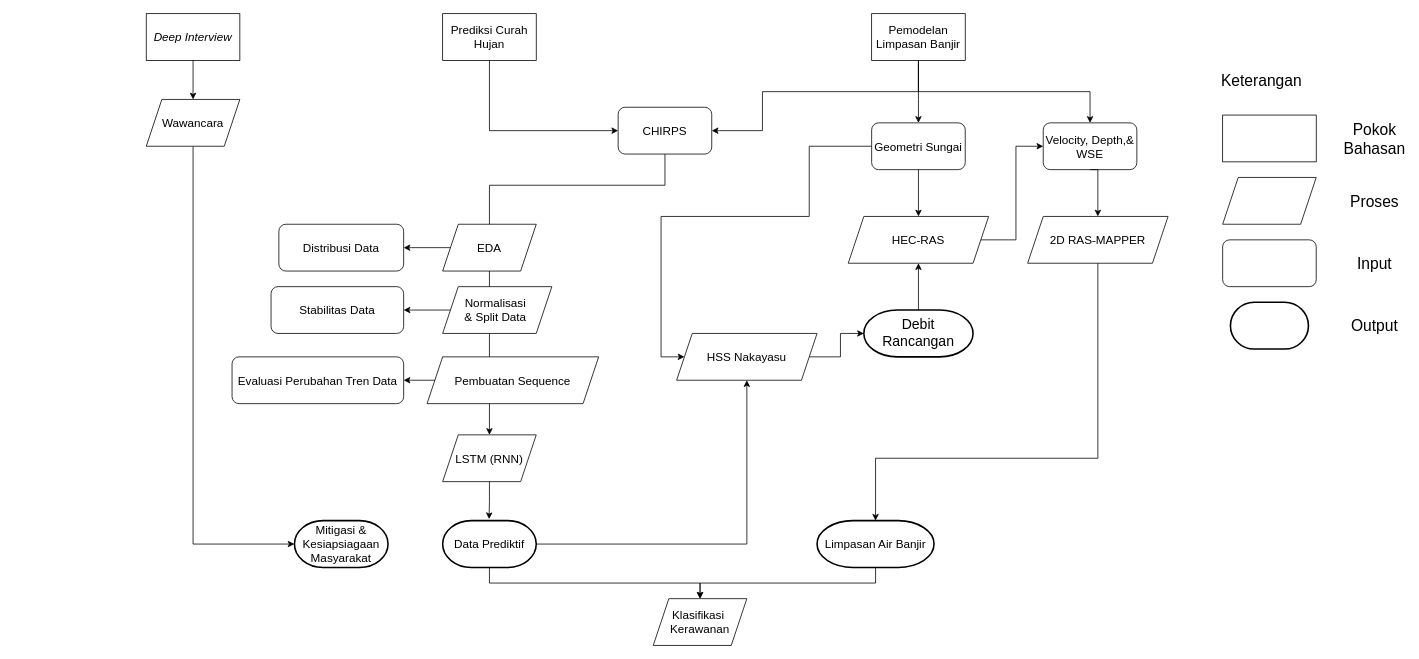
Earlier version of the draw.io diagram Cara Kerja Penelitian.drawio (famowoiii/envimos_sensot). Source tidied: cells renumbered, new cells numbered last; positions are measured from the earlier drawing's top-left corner, leaving out a move shared by most shapes. Both pictures are drawn from the tidied source at 78%, with x=0, y=0 at pixel (146, 13).
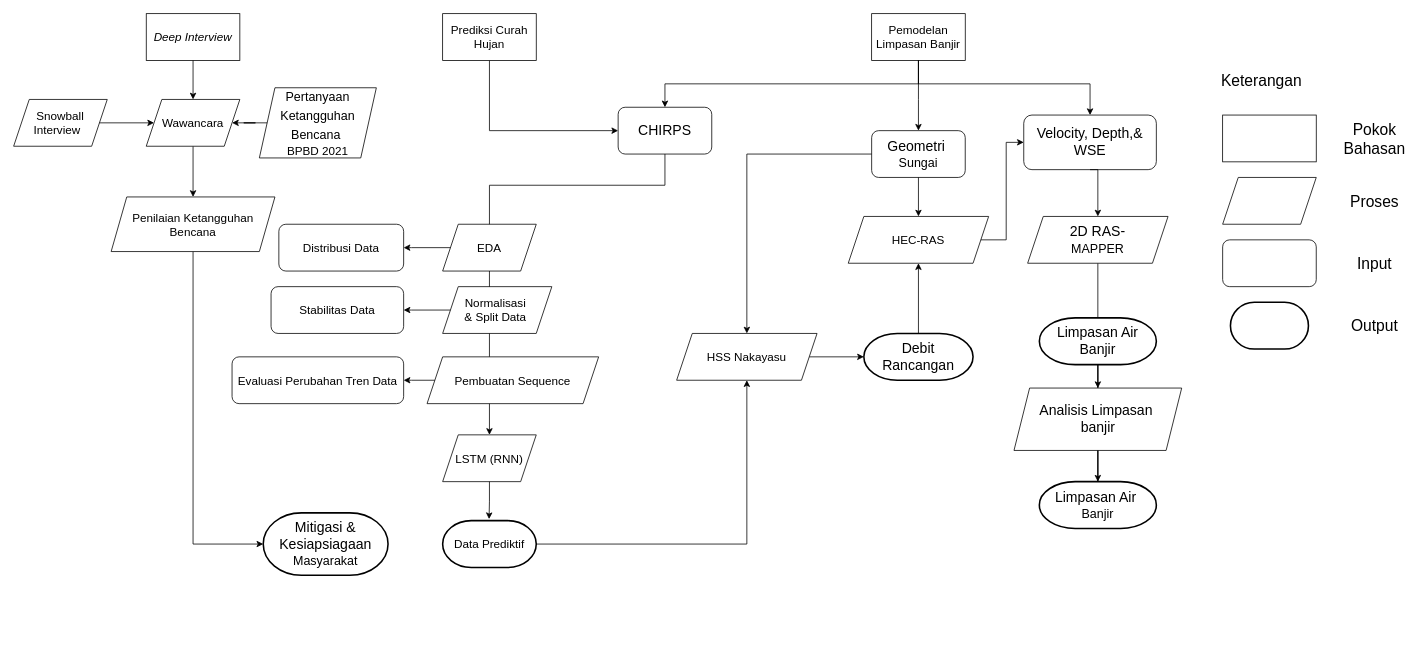
The same page after the edit.

Unchanged cells that the change refers to:
```xml
<mxCell id="11" value="Pemodelan Limpasan Banjir" style="rounded=0;whiteSpace=wrap;html=1;fontSize=15;" parent="1" vertex="1">
  <mxGeometry x="930" width="120" height="60" as="geometry" />
</mxCell>
<mxCell id="32" value="Wawancara" style="shape=parallelogram;perimeter=parallelogramPerimeter;whiteSpace=wrap;html=1;fixedSize=1;fontSize=15;" parent="1" vertex="1">
  <mxGeometry y="110" width="120" height="60" as="geometry" />
</mxCell>
<mxCell id="33" value="Data Prediktif" style="strokeWidth=2;html=1;shape=mxgraph.flowchart.terminator;whiteSpace=wrap;fontSize=15;" parent="1" vertex="1">
  <mxGeometry x="380" y="650" width="120" height="60" as="geometry" />
</mxCell>
<mxCell id="50" value="HSS Nakayasu" style="shape=parallelogram;perimeter=parallelogramPerimeter;whiteSpace=wrap;html=1;fixedSize=1;fontSize=15;" parent="1" vertex="1">
  <mxGeometry x="680" y="410" width="180" height="60" as="geometry" />
</mxCell>
```

What changed in the source:
```diff
@@
-    <mxCell id="4" value="CHIRPS" style="rounded=1;whiteSpace=wrap;html=1;fontSize=15;" parent="1" vertex="1">
+    <mxCell id="4" value="&lt;font style=&quot;font-size: 18px;&quot;&gt;CHIRPS&lt;/font&gt;" style="rounded=1;whiteSpace=wrap;html=1;fontSize=15;" parent="1" vertex="1">
       <mxGeometry x="605" y="120" width="120" height="60" as="geometry" />
     </mxCell>
@@
-    <mxCell id="7" value="Geometri Sungai" style="rounded=1;whiteSpace=wrap;html=1;fontSize=15;" parent="1" vertex="1">
-      <mxGeometry x="930" y="140" width="120" height="60" as="geometry" />
+    <mxCell id="7" value="&lt;font style=&quot;font-size: 18px;&quot;&gt;Geometri&amp;nbsp;&lt;/font&gt;&lt;div&gt;&lt;font size=&quot;3&quot;&gt;Sungai&lt;/font&gt;&lt;/div&gt;" style="rounded=1;whiteSpace=wrap;html=1;fontSize=15;" parent="1" vertex="1">
+      <mxGeometry x="930" y="150" width="120" height="60" as="geometry" />
     </mxCell>
-    <mxCell id="8" value="Velocity, Depth,&amp;amp; WSE" style="rounded=1;whiteSpace=wrap;html=1;fontSize=15;" parent="1" vertex="1">
-      <mxGeometry x="1150" y="140" width="120" height="60" as="geometry" />
+    <mxCell id="8" value="&lt;font style=&quot;font-size: 18px;&quot;&gt;Velocity, Depth,&amp;amp; WSE&lt;/font&gt;" style="rounded=1;whiteSpace=wrap;html=1;fontSize=15;" parent="1" vertex="1">
+      <mxGeometry x="1125" y="130" width="170" height="70" as="geometry" />
     </mxCell>
@@
-    <mxCell id="10" value="Mitigasi &amp;amp; Kesiapsiagaan&lt;div&gt;Masyarakat&lt;/div&gt;" style="strokeWidth=2;html=1;shape=mxgraph.flowchart.terminator;whiteSpace=wrap;fontSize=15;" parent="1" vertex="1">
-      <mxGeometry x="190" y="650" width="120" height="60" as="geometry" />
+    <mxCell id="10" value="&lt;font style=&quot;font-size: 18px;&quot;&gt;Mitigasi &amp;amp; Kesiapsiagaan&lt;/font&gt;&lt;div&gt;&lt;font size=&quot;3&quot;&gt;Masyarakat&lt;/font&gt;&lt;/div&gt;" style="strokeWidth=2;html=1;shape=mxgraph.flowchart.terminator;whiteSpace=wrap;fontSize=15;" parent="1" vertex="1">
+      <mxGeometry x="150" y="640" width="160" height="80" as="geometry" />
     </mxCell>
@@
     <mxCell id="20" style="edgeStyle=orthogonalEdgeStyle;rounded=0;jettySize=auto;html=1;entryX=0.5;entryY=0;entryDx=0;entryDy=0;exitX=0.5;exitY=1;exitDx=0;exitDy=0;fontSize=15;" parent="1" edge="1" source="11" target="8">
       <mxGeometry relative="1" as="geometry">
         <Array as="points">
-          <mxPoint x="990" y="100" />
-          <mxPoint x="1210" y="100" />
+          <mxPoint x="990" y="90" />
+          <mxPoint x="1210" y="90" />
         </Array>
       </mxGeometry>
     </mxCell>
@@
-    <mxCell id="22" style="edgeStyle=orthogonalEdgeStyle;rounded=0;jettySize=auto;html=1;entryX=1;entryY=0.5;entryDx=0;entryDy=0;exitX=0.5;exitY=1;exitDx=0;exitDy=0;fontSize=15;" parent="1" edge="1" source="11" target="4">
+    <mxCell id="22" style="edgeStyle=orthogonalEdgeStyle;rounded=0;jettySize=auto;html=1;entryX=0.5;entryY=0;entryDx=0;entryDy=0;exitX=0.5;exitY=1;exitDx=0;exitDy=0;fontSize=15;" parent="1" edge="1" source="11" target="4">
       <mxGeometry relative="1" as="geometry">
         <Array as="points">
-          <mxPoint x="990" y="100" />
-          <mxPoint x="790" y="100" />
-          <mxPoint x="790" y="150" />
-          <mxPoint x="735" y="150" />
+          <mxPoint x="990" y="90" />
+          <mxPoint x="665" y="90" />
         </Array>
       </mxGeometry>
     </mxCell>
@@
     <mxCell id="26" style="edgeStyle=orthogonalEdgeStyle;rounded=0;jettySize=auto;html=1;exitX=0.5;exitY=1;exitDx=0;exitDy=0;fontSize=15;entryX=0.5;entryY=0;entryDx=0;entryDy=0;entryPerimeter=0;" parent="1" edge="1" source="27" target="36">
       <mxGeometry relative="1" as="geometry">
         <Array as="points">
-          <mxPoint x="1220" y="570" />
-          <mxPoint x="935" y="570" />
+          <mxPoint x="1220" y="610" />
+          <mxPoint x="1220" y="610" />
         </Array>
       </mxGeometry>
     </mxCell>
-    <mxCell id="27" value="2D RAS-MAPPER" style="shape=parallelogram;perimeter=parallelogramPerimeter;whiteSpace=wrap;html=1;fixedSize=1;fontSize=15;" parent="1" vertex="1">
+    <mxCell id="27" value="&lt;font style=&quot;font-size: 18px;&quot;&gt;2D RAS-&lt;/font&gt;&lt;div&gt;&lt;font size=&quot;3&quot;&gt;MAPPER&lt;/font&gt;&lt;/div&gt;" style="shape=parallelogram;perimeter=parallelogramPerimeter;whiteSpace=wrap;html=1;fixedSize=1;fontSize=15;" parent="1" vertex="1">
       <mxGeometry x="1130" y="260" width="180" height="60" as="geometry" />
     </mxCell>
@@
-    <mxCell id="30" style="edgeStyle=orthogonalEdgeStyle;rounded=0;jettySize=auto;html=1;entryX=0;entryY=0.5;entryDx=0;entryDy=0;exitX=0.5;exitY=1;exitDx=0;exitDy=0;entryPerimeter=0;fontSize=15;" parent="1" edge="1" source="32" target="10">
+    <mxCell id="30" style="edgeStyle=orthogonalEdgeStyle;rounded=0;jettySize=auto;html=1;entryX=0;entryY=0.5;entryDx=0;entryDy=0;entryPerimeter=0;fontSize=15;exitX=0.5;exitY=1;exitDx=0;exitDy=0;" parent="1" edge="1" source="61" target="10">
       <mxGeometry relative="1" as="geometry">
         <Array as="points">
           <mxPoint x="60" y="680" />
         </Array>
       </mxGeometry>
     </mxCell>
@@
+    <mxCell id="54" style="edgeStyle=orthogonalEdgeStyle;rounded=0;jettySize=auto;html=1;" parent="1" edge="1" source="32" target="61">
+      <mxGeometry relative="1" as="geometry" />
+    </mxCell>
@@
-    <mxCell id="36" value="Limpasan Air Banjir" style="strokeWidth=2;html=1;shape=mxgraph.flowchart.terminator;whiteSpace=wrap;fontSize=15;" parent="1" vertex="1">
-      <mxGeometry x="860" y="650" width="150" height="60" as="geometry" />
+    <mxCell id="36" value="&lt;font style=&quot;font-size: 18px;&quot;&gt;Limpasan Air Banjir&lt;/font&gt;" style="strokeWidth=2;html=1;shape=mxgraph.flowchart.terminator;whiteSpace=wrap;fontSize=15;" parent="1" vertex="1">
+      <mxGeometry x="1145" y="390" width="150" height="60" as="geometry" />
     </mxCell>
@@
-    <mxCell id="38" style="edgeStyle=orthogonalEdgeStyle;rounded=0;jettySize=auto;html=1;exitX=0.5;exitY=1;exitDx=0;exitDy=0;exitPerimeter=0;entryX=0.5;entryY=0;entryDx=0;entryDy=0;fontSize=15;" parent="1" edge="1" source="33" target="40">
-      <mxGeometry relative="1" as="geometry" />
-    </mxCell>
@@
-    <mxCell id="40" value="Klasifikasi&amp;nbsp;&lt;div style=&quot;font-size: 15px;&quot;&gt;Kerawanan&lt;/div&gt;" style="shape=parallelogram;perimeter=parallelogramPerimeter;whiteSpace=wrap;html=1;fixedSize=1;fontSize=15;" parent="1" vertex="1">
-      <mxGeometry x="650" y="750" width="120" height="60" as="geometry" />
+    <mxCell id="40" value="&lt;font style=&quot;font-size: 18px;&quot;&gt;Analisis Limpasan&amp;nbsp;&lt;/font&gt;&lt;div&gt;&lt;font style=&quot;font-size: 18px;&quot;&gt;banjir&lt;/font&gt;&lt;/div&gt;" style="shape=parallelogram;perimeter=parallelogramPerimeter;whiteSpace=wrap;html=1;fixedSize=1;fontSize=15;" parent="1" vertex="1">
+      <mxGeometry x="1112.5" y="480" width="215" height="80" as="geometry" />
     </mxCell>
@@
     <mxCell id="51" value="&lt;font style=&quot;font-size: 18px;&quot;&gt;Debit Rancangan&lt;/font&gt;" style="strokeWidth=2;html=1;shape=mxgraph.flowchart.terminator;whiteSpace=wrap;fontSize=15;" parent="1" vertex="1">
-      <mxGeometry x="920" y="380" width="140" height="60" as="geometry" />
+      <mxGeometry x="920" y="410" width="140" height="60" as="geometry" />
     </mxCell>
@@
-    <mxCell id="53" style="edgeStyle=orthogonalEdgeStyle;rounded=0;jettySize=auto;html=1;exitX=0;exitY=0.5;exitDx=0;exitDy=0;fontSize=15;entryX=0;entryY=0.5;entryDx=0;entryDy=0;" parent="1" edge="1" source="7" target="50">
-      <mxGeometry relative="1" as="geometry">
-        <Array as="points">
-          <mxPoint x="850" y="170" />
-          <mxPoint x="850" y="260" />
-          <mxPoint x="660" y="260" />
-          <mxPoint x="660" y="440" />
-        </Array>
-      </mxGeometry>
+    <mxCell id="53" style="edgeStyle=orthogonalEdgeStyle;rounded=0;jettySize=auto;html=1;exitX=0;exitY=0.5;exitDx=0;exitDy=0;fontSize=15;entryX=0.5;entryY=0;entryDx=0;entryDy=0;" parent="1" edge="1" source="7" target="50">
+      <mxGeometry relative="1" as="geometry" />
     </mxCell>
+    <mxCell id="55" value="&lt;font style=&quot;font-size: 18px;&quot;&gt;Limpasan Air&amp;nbsp;&lt;/font&gt;&lt;div&gt;&lt;font size=&quot;3&quot;&gt;Banjir&lt;/font&gt;&lt;/div&gt;" style="strokeWidth=2;html=1;shape=mxgraph.flowchart.terminator;whiteSpace=wrap;fontSize=15;" parent="1" vertex="1">
+      <mxGeometry x="1145" y="600" width="150" height="60" as="geometry" />
+    </mxCell>
+    <mxCell id="56" style="edgeStyle=orthogonalEdgeStyle;rounded=0;jettySize=auto;html=1;exitX=0.5;exitY=1;exitDx=0;exitDy=0;entryX=0.5;entryY=0;entryDx=0;entryDy=0;fontSize=15;entryPerimeter=0;" parent="1" edge="1" source="40" target="55">
+      <mxGeometry relative="1" as="geometry" />
+    </mxCell>
+    <mxCell id="57" value="Snowball&lt;div&gt;Interview&amp;nbsp;&amp;nbsp;&lt;/div&gt;" style="shape=parallelogram;perimeter=parallelogramPerimeter;whiteSpace=wrap;html=1;fixedSize=1;fontSize=15;" parent="1" vertex="1">
+      <mxGeometry x="-170" y="110" width="120" height="60" as="geometry" />
+    </mxCell>
+    <mxCell id="58" value="&lt;font face=&quot;Helvetica&quot;&gt;&lt;span style=&quot;font-size: 12pt; line-height: 150%;&quot; lang=&quot;EN-US&quot;&gt;Pertanyaan Ketangguhan Bencana&amp;nbsp;&lt;/span&gt;&lt;/font&gt;&lt;div&gt;&lt;font face=&quot;Helvetica&quot;&gt;BPBD 2021&lt;/font&gt;&lt;/div&gt;" style="shape=parallelogram;perimeter=parallelogramPerimeter;whiteSpace=wrap;html=1;fixedSize=1;fontSize=15;" parent="1" vertex="1">
+      <mxGeometry x="145" y="95" width="150" height="90" as="geometry" />
+    </mxCell>
+    <mxCell id="59" style="edgeStyle=orthogonalEdgeStyle;rounded=0;jettySize=auto;html=1;entryX=0;entryY=0.5;entryDx=0;entryDy=0;exitX=1;exitY=0.5;exitDx=0;exitDy=0;fontSize=15;" parent="1" edge="1" source="57" target="32">
+      <mxGeometry relative="1" as="geometry" />
+    </mxCell>
+    <mxCell id="60" style="edgeStyle=orthogonalEdgeStyle;rounded=0;jettySize=auto;html=1;entryX=1;entryY=0.5;entryDx=0;entryDy=0;exitX=0;exitY=0.5;exitDx=0;exitDy=0;fontSize=15;" parent="1" edge="1" source="58" target="32">
+      <mxGeometry relative="1" as="geometry" />
+    </mxCell>
+    <mxCell id="61" value="Penilaian Ketangguhan Bencana" style="shape=parallelogram;perimeter=parallelogramPerimeter;whiteSpace=wrap;html=1;fixedSize=1;fontSize=15;" parent="1" vertex="1">
+      <mxGeometry x="-45" y="235" width="210" height="70" as="geometry" />
+    </mxCell>
```
